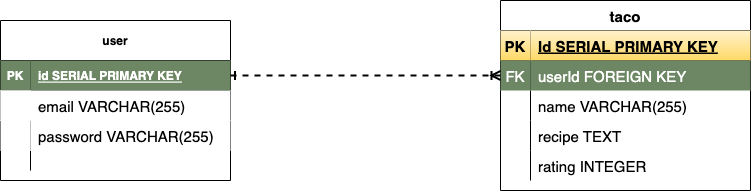
xxmark10xx/project-2 keeps this draw.io diagram as ERD.drawio.png. Above is the earlier version. Source tidied: cells renumbered, new cells last; positions are measured from the earlier drawing's top-left corner, leaving out a move shared by most shapes.
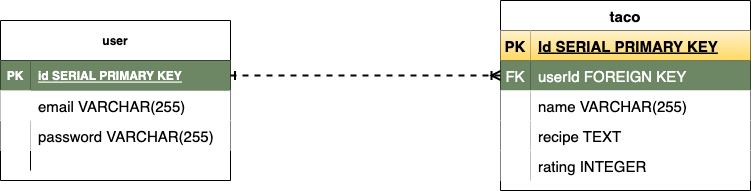
Later version of the same file.

Change to the diagram source:
```diff
@@ -65,28 +65,28 @@
     <mxCell id="22" style="shape=tableRow;horizontal=0;startSize=0;swimlaneHead=0;swimlaneBody=0;fillColor=none;top=0;left=0;right=0;bottom=0;fontSize=15;" parent="15" vertex="1">
       <mxGeometry y="90" width="250" height="30" as="geometry" />
     </mxCell>
-    <mxCell id="23" style="shape=partialRectangle;fillColor=none;top=0;left=0;bottom=0;right=0;overflow=hidden;fontSize=15;" parent="22" vertex="1">
+    <mxCell id="23" style="shape=partialRectangle;top=0;left=0;bottom=0;right=0;overflow=hidden;fontSize=15;" parent="22" vertex="1">
       <mxGeometry width="30" height="30" as="geometry" />
     </mxCell>
-    <mxCell id="24" value="name VARCHAR(255)" style="shape=partialRectangle;fillColor=none;top=0;left=0;bottom=0;right=0;align=left;spacingLeft=6;overflow=hidden;fontSize=15;" parent="22" vertex="1">
+    <mxCell id="24" value="name VARCHAR(255)" style="shape=partialRectangle;top=0;left=0;bottom=0;right=0;align=left;spacingLeft=6;overflow=hidden;fontSize=15;" parent="22" vertex="1">
       <mxGeometry x="30" width="220" height="30" as="geometry" />
     </mxCell>
     <mxCell id="25" style="shape=tableRow;horizontal=0;startSize=0;swimlaneHead=0;swimlaneBody=0;fillColor=none;top=0;left=0;right=0;bottom=0;fontSize=15;" parent="15" vertex="1">
       <mxGeometry y="120" width="250" height="30" as="geometry" />
     </mxCell>
-    <mxCell id="26" style="shape=partialRectangle;fillColor=none;top=0;left=0;bottom=0;right=0;overflow=hidden;fontSize=15;" parent="25" vertex="1">
+    <mxCell id="26" style="shape=partialRectangle;top=0;left=0;bottom=0;right=0;overflow=hidden;fontSize=15;" parent="25" vertex="1">
       <mxGeometry width="30" height="30" as="geometry" />
     </mxCell>
-    <mxCell id="27" value="recipe TEXT" style="shape=partialRectangle;fillColor=none;top=0;left=0;bottom=0;right=0;align=left;spacingLeft=6;overflow=hidden;fontSize=15;" parent="25" vertex="1">
+    <mxCell id="27" value="recipe TEXT" style="shape=partialRectangle;top=0;left=0;bottom=0;right=0;align=left;spacingLeft=6;overflow=hidden;fontSize=15;" parent="25" vertex="1">
       <mxGeometry x="30" width="220" height="30" as="geometry" />
     </mxCell>
     <mxCell id="28" style="shape=tableRow;horizontal=0;startSize=0;swimlaneHead=0;swimlaneBody=0;fillColor=none;top=0;left=0;right=0;bottom=0;fontSize=15;" parent="15" vertex="1">
       <mxGeometry y="150" width="250" height="30" as="geometry" />
     </mxCell>
-    <mxCell id="29" style="shape=partialRectangle;fillColor=none;top=0;left=0;bottom=0;right=0;overflow=hidden;fontSize=15;" parent="28" vertex="1">
+    <mxCell id="29" style="shape=partialRectangle;top=0;left=0;bottom=0;right=0;overflow=hidden;fontSize=15;" parent="28" vertex="1">
       <mxGeometry width="30" height="30" as="geometry" />
     </mxCell>
-    <mxCell id="30" value="rating INTEGER" style="shape=partialRectangle;fillColor=none;top=0;left=0;bottom=0;right=0;align=left;spacingLeft=6;overflow=hidden;fontSize=15;" parent="28" vertex="1">
+    <mxCell id="30" value="rating INTEGER" style="shape=partialRectangle;top=0;left=0;bottom=0;right=0;align=left;spacingLeft=6;overflow=hidden;fontSize=15;" parent="28" vertex="1">
       <mxGeometry x="30" width="220" height="30" as="geometry" />
     </mxCell>
     <mxCell id="31" style="edgeStyle=entityRelationEdgeStyle;fontSize=12;html=1;endArrow=ERoneToMany;rounded=0;exitX=1;exitY=0.5;exitDx=0;exitDy=0;startArrow=ERone;startFill=0;dashed=1;strokeWidth=2;entryX=0;entryY=0.5;entryDx=0;entryDy=0;" parent="1" edge="1" source="3" target="19">
```
